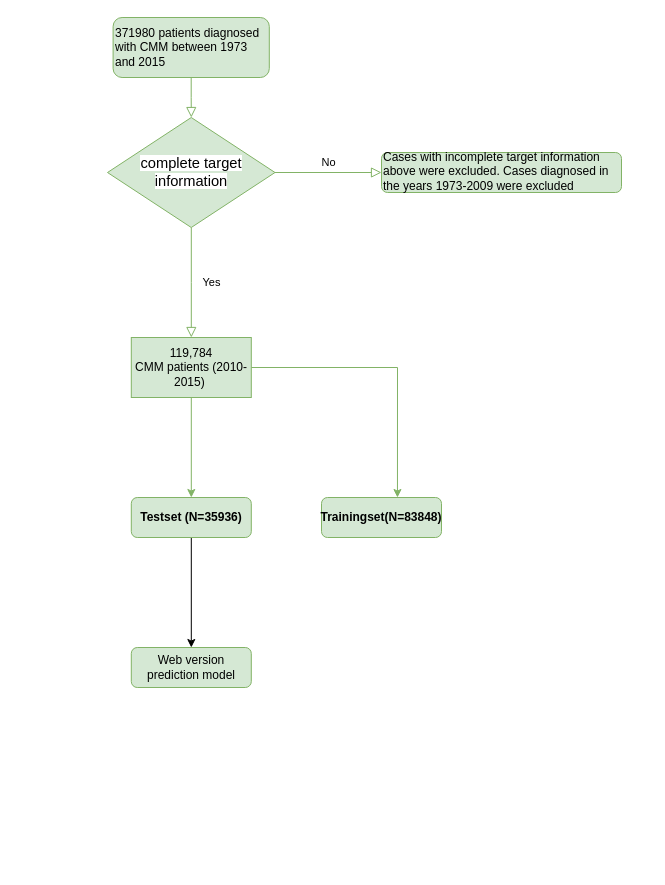
This is 未命名绘图.drawio from pifu-dabai/R-yuyan, a draw.io file, before an edit. Source tidied: cells renumbered, new cells numbered last; positions are measured from the earlier drawing's top-left corner, leaving out a move shared by most shapes. Both pictures are drawn from the tidied source at 100%, with x=0, y=0 at pixel (107, 17).
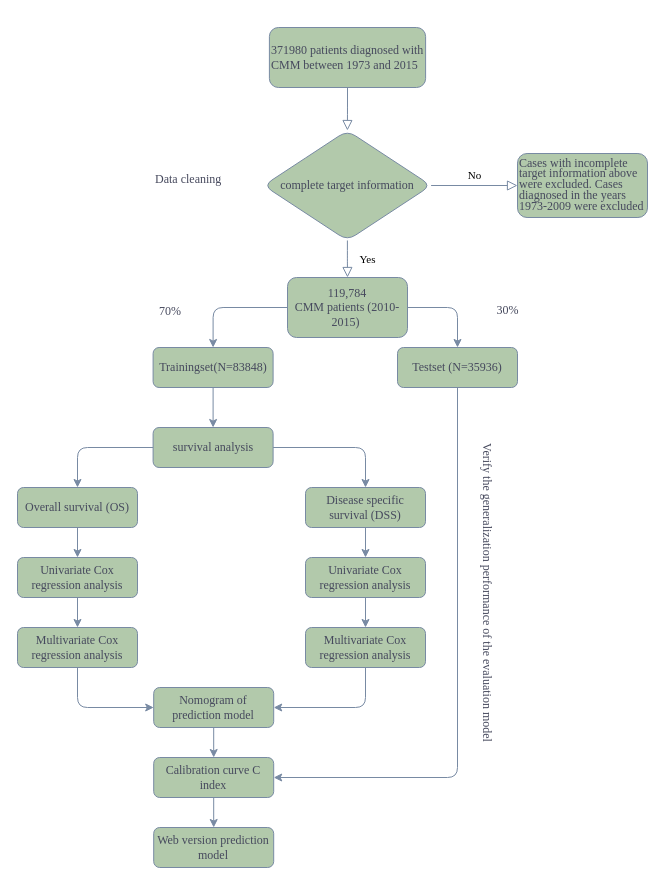
Above is the later version.

What changed in the source:
```diff
@@
-    <mxCell id="2" style="rounded=0;html=1;jettySize=auto;fontSize=11;endArrow=block;endFill=0;endSize=8;strokeWidth=1;shadow=0;labelBackgroundColor=none;edgeStyle=orthogonalEdgeStyle;fillColor=#d5e8d4;strokeColor=#82b366;" parent="1" edge="1" source="3" target="6">
+    <mxCell id="2" style="rounded=1;html=1;jettySize=auto;fontSize=11;endArrow=block;endFill=0;endSize=8;strokeWidth=1;shadow=0;labelBackgroundColor=none;edgeStyle=orthogonalEdgeStyle;fontFamily=Times New Roman;fontColor=default;strokeColor=#788AA3;" parent="1" edge="1" source="3" target="6">
       <mxGeometry relative="1" as="geometry" />
     </mxCell>
-    <mxCell id="3" value="371980 patients diagnosed with CMM between 1973 and 2015" style="rounded=1;whiteSpace=wrap;html=1;fontSize=12;glass=0;strokeWidth=1;shadow=0;align=left;fillColor=#d5e8d4;strokeColor=#82b366;" parent="1" vertex="1">
-      <mxGeometry x="5.6" width="156.2" height="60" as="geometry" />
+    <mxCell id="3" value="371980 patients diagnosed with CMM between 1973 and 2015" style="rounded=1;whiteSpace=wrap;html=1;fontSize=12;glass=0;strokeWidth=1;shadow=0;align=left;fontFamily=Times New Roman;labelBackgroundColor=none;fillColor=#B2C9AB;strokeColor=#788AA3;fontColor=#46495D;" parent="1" vertex="1">
+      <mxGeometry x="161.9" y="10" width="156.2" height="60" as="geometry" />
     </mxCell>
-    <mxCell id="4" value="Yes" style="rounded=0;html=1;jettySize=auto;fontSize=11;endArrow=block;endFill=0;endSize=8;strokeWidth=1;shadow=0;labelBackgroundColor=none;edgeStyle=orthogonalEdgeStyle;entryX=0.5;entryY=0;entryDx=0;entryDy=0;fillColor=#d5e8d4;strokeColor=#82b366;" parent="1" edge="1" source="6" target="14">
+    <mxCell id="4" value="Yes" style="rounded=1;html=1;jettySize=auto;fontSize=11;endArrow=block;endFill=0;endSize=8;strokeWidth=1;shadow=0;labelBackgroundColor=none;edgeStyle=orthogonalEdgeStyle;entryX=0.5;entryY=0;entryDx=0;entryDy=0;fontFamily=Times New Roman;fontColor=default;strokeColor=#788AA3;" parent="1" edge="1" source="6" target="14">
       <mxGeometry y="20" relative="1" as="geometry" />
     </mxCell>
-    <mxCell id="5" value="No" style="edgeStyle=orthogonalEdgeStyle;rounded=0;html=1;jettySize=auto;fontSize=11;endArrow=block;endFill=0;endSize=8;strokeWidth=1;shadow=0;labelBackgroundColor=none;fillColor=#d5e8d4;strokeColor=#82b366;" parent="1" edge="1" source="6" target="7">
+    <mxCell id="5" value="No" style="edgeStyle=orthogonalEdgeStyle;rounded=1;html=1;jettySize=auto;fontSize=11;endArrow=block;endFill=0;endSize=8;strokeWidth=1;shadow=0;labelBackgroundColor=none;fontFamily=Times New Roman;fontColor=default;strokeColor=#788AA3;" parent="1" edge="1" source="6" target="7">
       <mxGeometry y="10" relative="1" as="geometry" />
     </mxCell>
-    <mxCell id="6" value="&lt;br&gt;&lt;div style=&quot;&quot;&gt;&lt;span style=&quot;background-color: white; font-size: 11pt;&quot;&gt;complete target information&lt;/span&gt;&lt;/div&gt;&lt;br&gt;" style="rhombus;whiteSpace=wrap;html=1;shadow=0;fontFamily=Helvetica;fontSize=12;align=center;strokeWidth=1;spacing=6;spacingTop=0;fillColor=#d5e8d4;strokeColor=#82b366;" parent="1" vertex="1">
-      <mxGeometry y="100" width="167.5" height="110" as="geometry" />
+    <mxCell id="6" value="complete target information" style="rhombus;whiteSpace=wrap;html=1;shadow=0;fontFamily=Times New Roman;fontSize=12;align=center;strokeWidth=1;spacing=6;spacingTop=0;labelBackgroundColor=none;fillColor=#B2C9AB;strokeColor=#788AA3;fontColor=#46495D;rounded=1;" parent="1" vertex="1">
+      <mxGeometry x="156.1" y="113" width="167.5" height="110" as="geometry" />
     </mxCell>
-    <mxCell id="7" value="Cases with incomplete target information above were excluded. Cases diagnosed in&lt;br&gt;the years 1973-2009 were excluded" style="rounded=1;whiteSpace=wrap;html=1;fontSize=12;glass=0;strokeWidth=1;shadow=0;align=left;spacingBottom=2;fillColor=#d5e8d4;strokeColor=#82b366;" parent="1" vertex="1">
-      <mxGeometry x="274" y="135" width="240" height="40" as="geometry" />
+    <mxCell id="7" value="&lt;p style=&quot;line-height: 90%;&quot;&gt;Cases with incomplete target information above were excluded. Cases diagnosed in the years 1973-2009 were excluded&lt;/p&gt;" style="rounded=1;whiteSpace=wrap;html=1;fontSize=12;glass=0;strokeWidth=1;shadow=0;align=left;spacingBottom=2;fontFamily=Times New Roman;labelBackgroundColor=none;fillColor=#B2C9AB;strokeColor=#788AA3;fontColor=#46495D;" parent="1" vertex="1">
+      <mxGeometry x="410" y="136" width="130" height="64" as="geometry" />
     </mxCell>
-    <mxCell id="8" style="edgeStyle=orthogonalEdgeStyle;rounded=0;jettySize=auto;html=1;entryX=0.5;entryY=0;entryDx=0;entryDy=0;" parent="1" edge="1" source="9" target="11">
-      <mxGeometry relative="1" as="geometry" />
-    </mxCell>
-    <mxCell id="9" value="&lt;b&gt;Testset (N=35936)&lt;/b&gt;" style="rounded=1;whiteSpace=wrap;html=1;fontSize=12;glass=0;strokeWidth=1;shadow=0;fillColor=#d5e8d4;strokeColor=#82b366;" parent="1" vertex="1">
-      <mxGeometry x="23.8" y="480" width="120" height="40" as="geometry" />
-    </mxCell>
+    <mxCell id="15" style="edgeStyle=orthogonalEdgeStyle;rounded=1;jettySize=auto;html=1;exitX=0.5;exitY=1;exitDx=0;exitDy=0;entryX=1;entryY=0.5;entryDx=0;entryDy=0;strokeColor=#788AA3;fontColor=#46495D;fillColor=#B2C9AB;" parent="1" edge="1" source="10" target="37">
+      <mxGeometry relative="1" as="geometry" />
+    </mxCell>
-    <mxCell id="10" value="&lt;b&gt;Trainingset(N=83848)&lt;/b&gt;" style="rounded=1;whiteSpace=wrap;html=1;fontSize=12;glass=0;strokeWidth=1;shadow=0;fillColor=#d5e8d4;strokeColor=#82b366;" parent="1" vertex="1">
-      <mxGeometry x="214" y="480" width="120" height="40" as="geometry" />
+    <mxCell id="10" value="Testset (N=35936)" style="rounded=1;whiteSpace=wrap;html=1;fontSize=12;glass=0;strokeWidth=1;shadow=0;fontFamily=Times New Roman;labelBackgroundColor=none;fillColor=#B2C9AB;strokeColor=#788AA3;fontColor=#46495D;" parent="1" vertex="1">
+      <mxGeometry x="290" y="330" width="120" height="40" as="geometry" />
     </mxCell>
-    <mxCell id="11" value="Web version prediction model" style="rounded=1;whiteSpace=wrap;html=1;fontSize=12;glass=0;strokeWidth=1;shadow=0;fillColor=#d5e8d4;strokeColor=#82b366;" parent="1" vertex="1">
-      <mxGeometry x="23.8" y="630" width="120" height="40" as="geometry" />
+    <mxCell id="11" value="Web version prediction model" style="rounded=1;whiteSpace=wrap;html=1;fontSize=12;glass=0;strokeWidth=1;shadow=0;fontFamily=Times New Roman;labelBackgroundColor=none;fillColor=#B2C9AB;strokeColor=#788AA3;fontColor=#46495D;" parent="1" vertex="1">
+      <mxGeometry x="46.2" y="810" width="120" height="40" as="geometry" />
     </mxCell>
-    <mxCell id="12" style="edgeStyle=orthogonalEdgeStyle;rounded=0;jettySize=auto;html=1;entryX=0.5;entryY=0;entryDx=0;entryDy=0;fillColor=#d5e8d4;strokeColor=#82b366;" parent="1" edge="1" source="14" target="9">
+    <mxCell id="12" style="edgeStyle=orthogonalEdgeStyle;rounded=1;jettySize=auto;html=1;exitX=0;exitY=0.5;exitDx=0;exitDy=0;entryX=0.5;entryY=0;entryDx=0;entryDy=0;fontColor=default;fontFamily=Times New Roman;labelBackgroundColor=none;strokeColor=#788AA3;" parent="1" edge="1" source="14" target="9">
       <mxGeometry relative="1" as="geometry" />
     </mxCell>
-    <mxCell id="13" style="edgeStyle=orthogonalEdgeStyle;rounded=0;jettySize=auto;html=1;exitX=1;exitY=0.5;exitDx=0;exitDy=0;entryX=0.633;entryY=0;entryDx=0;entryDy=0;entryPerimeter=0;fillColor=#d5e8d4;strokeColor=#82b366;" parent="1" edge="1" source="14" target="10">
+    <mxCell id="13" style="edgeStyle=orthogonalEdgeStyle;rounded=1;jettySize=auto;html=1;exitX=1;exitY=0.5;exitDx=0;exitDy=0;entryX=0.5;entryY=0;entryDx=0;entryDy=0;strokeColor=#788AA3;fontColor=#46495D;fillColor=#B2C9AB;" parent="1" edge="1" source="14" target="10">
       <mxGeometry relative="1" as="geometry" />
     </mxCell>
-    <mxCell id="14" value="&lt;a style=&quot;border-color: var(--border-color);&quot; name=&quot;_Hlk91579630&quot;&gt;119,784&lt;br style=&quot;border-color: var(--border-color);&quot;&gt;CMM patients (2010-2015)&amp;nbsp;&lt;/a&gt;" style="rounded=0;whiteSpace=wrap;html=1;fillColor=#d5e8d4;strokeColor=#82b366;" parent="1" vertex="1">
-      <mxGeometry x="23.8" y="320" width="120" height="60" as="geometry" />
+    <mxCell id="14" value="&lt;a style=&quot;border-color: var(--border-color);&quot; name=&quot;_Hlk91579630&quot;&gt;119,784&lt;br style=&quot;border-color: var(--border-color);&quot;&gt;CMM patients (2010-2015)&amp;nbsp;&lt;/a&gt;" style="rounded=1;whiteSpace=wrap;html=1;fontFamily=Times New Roman;labelBackgroundColor=none;fillColor=#B2C9AB;strokeColor=#788AA3;fontColor=#46495D;" parent="1" vertex="1">
+      <mxGeometry x="180" y="260" width="120" height="60" as="geometry" />
     </mxCell>
+    <mxCell id="16" style="edgeStyle=orthogonalEdgeStyle;rounded=1;jettySize=auto;html=1;exitX=0.5;exitY=1;exitDx=0;exitDy=0;entryX=0.5;entryY=0;entryDx=0;entryDy=0;fontColor=default;fontFamily=Times New Roman;labelBackgroundColor=none;strokeColor=#788AA3;" parent="1" edge="1" source="37" target="11">
+      <mxGeometry relative="1" as="geometry" />
+    </mxCell>
+    <mxCell id="17" value="Data cleaning" style="text;whiteSpace=wrap;fontFamily=Times New Roman;labelBackgroundColor=none;fontColor=#46495D;rounded=1;" parent="1" vertex="1">
+      <mxGeometry x="46.2" y="148" width="110" height="40" as="geometry" />
+    </mxCell>
+    <mxCell id="18" style="group;fontFamily=Times New Roman;labelBackgroundColor=none;fontColor=#46495D;rounded=1;" parent="1" vertex="1">
+      <mxGeometry x="-90" y="330" width="408" height="490" as="geometry" />
+    </mxCell>
+    <mxCell id="9" value="Trainingset(N=83848)" style="rounded=1;whiteSpace=wrap;html=1;fontSize=12;glass=0;strokeWidth=1;shadow=0;fontFamily=Times New Roman;labelBackgroundColor=none;fillColor=#B2C9AB;strokeColor=#788AA3;fontColor=#46495D;" parent="18" vertex="1">
+      <mxGeometry x="135.6" width="120" height="40" as="geometry" />
+    </mxCell>
+    <mxCell id="19" style="group;fontFamily=Times New Roman;labelBackgroundColor=none;fontColor=#46495D;rounded=1;" parent="18" vertex="1">
+      <mxGeometry y="80" width="408" height="410" as="geometry" />
+    </mxCell>
+    <mxCell id="20" value="survival analysis" style="rounded=1;whiteSpace=wrap;html=1;labelBackgroundColor=none;fontFamily=Times New Roman;fillColor=#B2C9AB;strokeColor=#788AA3;fontColor=#46495D;" parent="19" vertex="1">
+      <mxGeometry x="135.6" width="120" height="40" as="geometry" />
+    </mxCell>
+    <mxCell id="21" style="group;fontFamily=Times New Roman;labelBackgroundColor=none;fontColor=#46495D;rounded=1;" parent="19" vertex="1">
+      <mxGeometry y="60" width="408" height="250" as="geometry" />
+    </mxCell>
+    <mxCell id="22" value="&lt;div&gt;Overall survival (OS)&lt;/div&gt;" style="rounded=1;whiteSpace=wrap;html=1;fontFamily=Times New Roman;labelBackgroundColor=none;fillColor=#B2C9AB;strokeColor=#788AA3;fontColor=#46495D;" parent="21" vertex="1">
+      <mxGeometry width="120" height="40" as="geometry" />
+    </mxCell>
+    <mxCell id="23" value="Disease specific survival (DSS)" style="rounded=1;whiteSpace=wrap;html=1;fontFamily=Times New Roman;labelBackgroundColor=none;fillColor=#B2C9AB;strokeColor=#788AA3;fontColor=#46495D;" parent="21" vertex="1">
+      <mxGeometry x="288" width="120" height="40" as="geometry" />
+    </mxCell>
+    <mxCell id="24" value="Univariate Cox regression analysis" style="rounded=1;whiteSpace=wrap;html=1;fontFamily=Times New Roman;labelBackgroundColor=none;fillColor=#B2C9AB;strokeColor=#788AA3;fontColor=#46495D;" parent="21" vertex="1">
+      <mxGeometry y="70" width="120" height="40" as="geometry" />
+    </mxCell>
+    <mxCell id="25" value="Multivariate Cox regression analysis" style="rounded=1;whiteSpace=wrap;html=1;fontFamily=Times New Roman;labelBackgroundColor=none;fillColor=#B2C9AB;strokeColor=#788AA3;fontColor=#46495D;" parent="21" vertex="1">
+      <mxGeometry y="140" width="120" height="40" as="geometry" />
+    </mxCell>
+    <mxCell id="26" value="Univariate Cox regression analysis" style="rounded=1;whiteSpace=wrap;html=1;fontFamily=Times New Roman;labelBackgroundColor=none;fillColor=#B2C9AB;strokeColor=#788AA3;fontColor=#46495D;" parent="21" vertex="1">
+      <mxGeometry x="288" y="70" width="120" height="40" as="geometry" />
+    </mxCell>
+    <mxCell id="27" value="Multivariate Cox regression analysis" style="rounded=1;whiteSpace=wrap;html=1;fontFamily=Times New Roman;labelBackgroundColor=none;fillColor=#B2C9AB;strokeColor=#788AA3;fontColor=#46495D;" parent="21" vertex="1">
+      <mxGeometry x="288" y="140" width="120" height="40" as="geometry" />
+    </mxCell>
+    <mxCell id="28" style="edgeStyle=orthogonalEdgeStyle;rounded=1;jettySize=auto;html=1;exitX=0.5;exitY=1;exitDx=0;exitDy=0;entryX=0.5;entryY=0;entryDx=0;entryDy=0;fontColor=default;fontFamily=Times New Roman;labelBackgroundColor=none;strokeColor=#788AA3;" parent="21" edge="1" source="22" target="24">
+      <mxGeometry relative="1" as="geometry" />
+    </mxCell>
+    <mxCell id="29" style="edgeStyle=orthogonalEdgeStyle;rounded=1;jettySize=auto;html=1;exitX=0.5;exitY=1;exitDx=0;exitDy=0;entryX=0.5;entryY=0;entryDx=0;entryDy=0;fontColor=default;fontFamily=Times New Roman;labelBackgroundColor=none;strokeColor=#788AA3;" parent="21" edge="1" source="24" target="25">
+      <mxGeometry relative="1" as="geometry" />
+    </mxCell>
+    <mxCell id="30" style="edgeStyle=orthogonalEdgeStyle;rounded=1;jettySize=auto;html=1;exitX=0.5;exitY=1;exitDx=0;exitDy=0;entryX=0.5;entryY=0;entryDx=0;entryDy=0;fontColor=default;fontFamily=Times New Roman;labelBackgroundColor=none;strokeColor=#788AA3;" parent="21" edge="1" source="23" target="26">
+      <mxGeometry relative="1" as="geometry" />
+    </mxCell>
+    <mxCell id="31" style="edgeStyle=orthogonalEdgeStyle;rounded=1;jettySize=auto;html=1;exitX=0.5;exitY=1;exitDx=0;exitDy=0;entryX=0.5;entryY=0;entryDx=0;entryDy=0;fontColor=default;fontFamily=Times New Roman;labelBackgroundColor=none;strokeColor=#788AA3;" parent="21" edge="1" source="26" target="27">
+      <mxGeometry relative="1" as="geometry" />
+    </mxCell>
+    <mxCell id="32" value="Nomogram of prediction model" style="rounded=1;whiteSpace=wrap;html=1;labelBackgroundColor=none;fontFamily=Times New Roman;fillColor=#B2C9AB;strokeColor=#788AA3;fontColor=#46495D;" parent="21" vertex="1">
+      <mxGeometry x="136.2" y="200" width="120" height="40" as="geometry" />
+    </mxCell>
+    <mxCell id="33" style="edgeStyle=orthogonalEdgeStyle;rounded=1;jettySize=auto;html=1;exitX=0.5;exitY=1;exitDx=0;exitDy=0;entryX=0;entryY=0.5;entryDx=0;entryDy=0;fontColor=default;fontFamily=Times New Roman;labelBackgroundColor=none;strokeColor=#788AA3;" parent="21" edge="1" source="25" target="32">
+      <mxGeometry relative="1" as="geometry" />
+    </mxCell>
+    <mxCell id="34" style="edgeStyle=orthogonalEdgeStyle;rounded=1;jettySize=auto;html=1;exitX=0.5;exitY=1;exitDx=0;exitDy=0;entryX=1;entryY=0.5;entryDx=0;entryDy=0;fontColor=default;fontFamily=Times New Roman;labelBackgroundColor=none;strokeColor=#788AA3;" parent="21" edge="1" source="27" target="32">
+      <mxGeometry relative="1" as="geometry" />
+    </mxCell>
+    <mxCell id="35" style="edgeStyle=orthogonalEdgeStyle;rounded=1;jettySize=auto;html=1;entryX=0.5;entryY=0;entryDx=0;entryDy=0;fontColor=default;fontFamily=Times New Roman;labelBackgroundColor=none;strokeColor=#788AA3;" parent="19" edge="1" source="20" target="22">
+      <mxGeometry relative="1" as="geometry" />
+    </mxCell>
+    <mxCell id="36" style="edgeStyle=orthogonalEdgeStyle;rounded=1;jettySize=auto;html=1;exitX=1;exitY=0.5;exitDx=0;exitDy=0;entryX=0.5;entryY=0;entryDx=0;entryDy=0;fontColor=default;fontFamily=Times New Roman;labelBackgroundColor=none;strokeColor=#788AA3;" parent="19" edge="1" source="20" target="23">
+      <mxGeometry relative="1" as="geometry" />
+    </mxCell>
+    <mxCell id="37" value="Calibration curve C index" style="rounded=1;whiteSpace=wrap;html=1;labelBackgroundColor=none;fontFamily=Times New Roman;fillColor=#B2C9AB;strokeColor=#788AA3;fontColor=#46495D;" parent="19" vertex="1">
+      <mxGeometry x="136.2" y="330" width="120" height="40" as="geometry" />
+    </mxCell>
+    <mxCell id="38" style="edgeStyle=orthogonalEdgeStyle;rounded=1;jettySize=auto;html=1;exitX=0.5;exitY=1;exitDx=0;exitDy=0;entryX=0.5;entryY=0;entryDx=0;entryDy=0;fontColor=default;fontFamily=Times New Roman;labelBackgroundColor=none;strokeColor=#788AA3;" parent="19" edge="1" source="32" target="37">
+      <mxGeometry relative="1" as="geometry" />
+    </mxCell>
+    <mxCell id="39" style="edgeStyle=orthogonalEdgeStyle;rounded=1;jettySize=auto;html=1;exitX=0.5;exitY=1;exitDx=0;exitDy=0;labelBackgroundColor=none;fontColor=default;fontFamily=Times New Roman;strokeColor=#788AA3;" parent="18" edge="1" source="9" target="20">
+      <mxGeometry relative="1" as="geometry" />
+    </mxCell>
+    <mxCell id="40" value="70%" style="text;whiteSpace=wrap;fontFamily=Times New Roman;labelBackgroundColor=none;fontColor=#46495D;rounded=1;" parent="1" vertex="1">
+      <mxGeometry x="50" y="280" width="40" height="40" as="geometry" />
+    </mxCell>
+    <mxCell id="41" value="30%" style="text;html=1;align=center;verticalAlign=middle;fontFamily=Times New Roman;labelBackgroundColor=none;fontColor=#46495D;rounded=1;" parent="1" vertex="1">
+      <mxGeometry x="375" y="278" width="50" height="30" as="geometry" />
+    </mxCell>
+    <mxCell id="42" value="Verify the generalization performance of the evaluation model" style="text;html=1;align=center;verticalAlign=middle;strokeColor=none;fillColor=none;fontColor=#46495D;rotation=90;fontFamily=Times New Roman;" parent="1" vertex="1">
+      <mxGeometry x="220" y="560" width="320" height="30" as="geometry" />
+    </mxCell>
```
